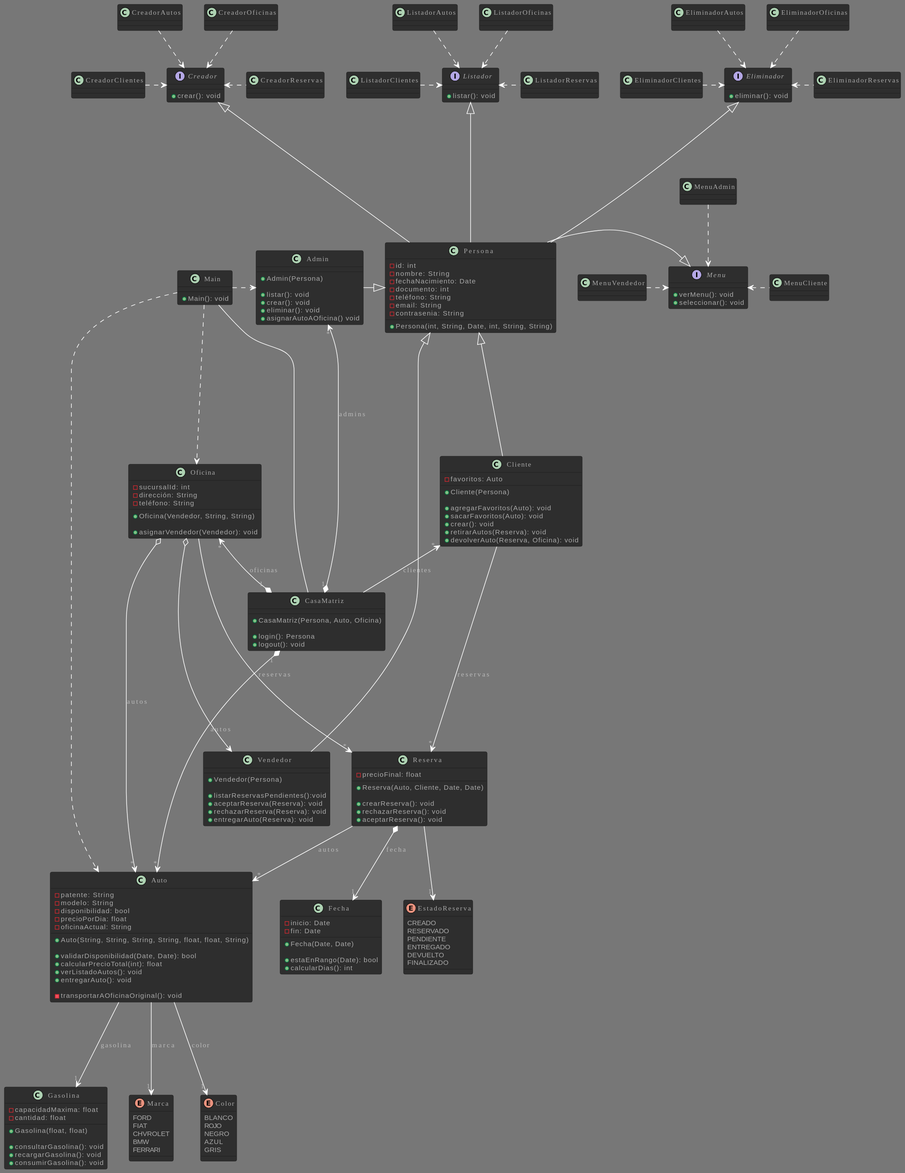
Before: docs/class-diagram.svg, a diagram exported from PlantUML (FrancoSpinelli/primer-parcial-grupo-10-programacion-ii-2024).
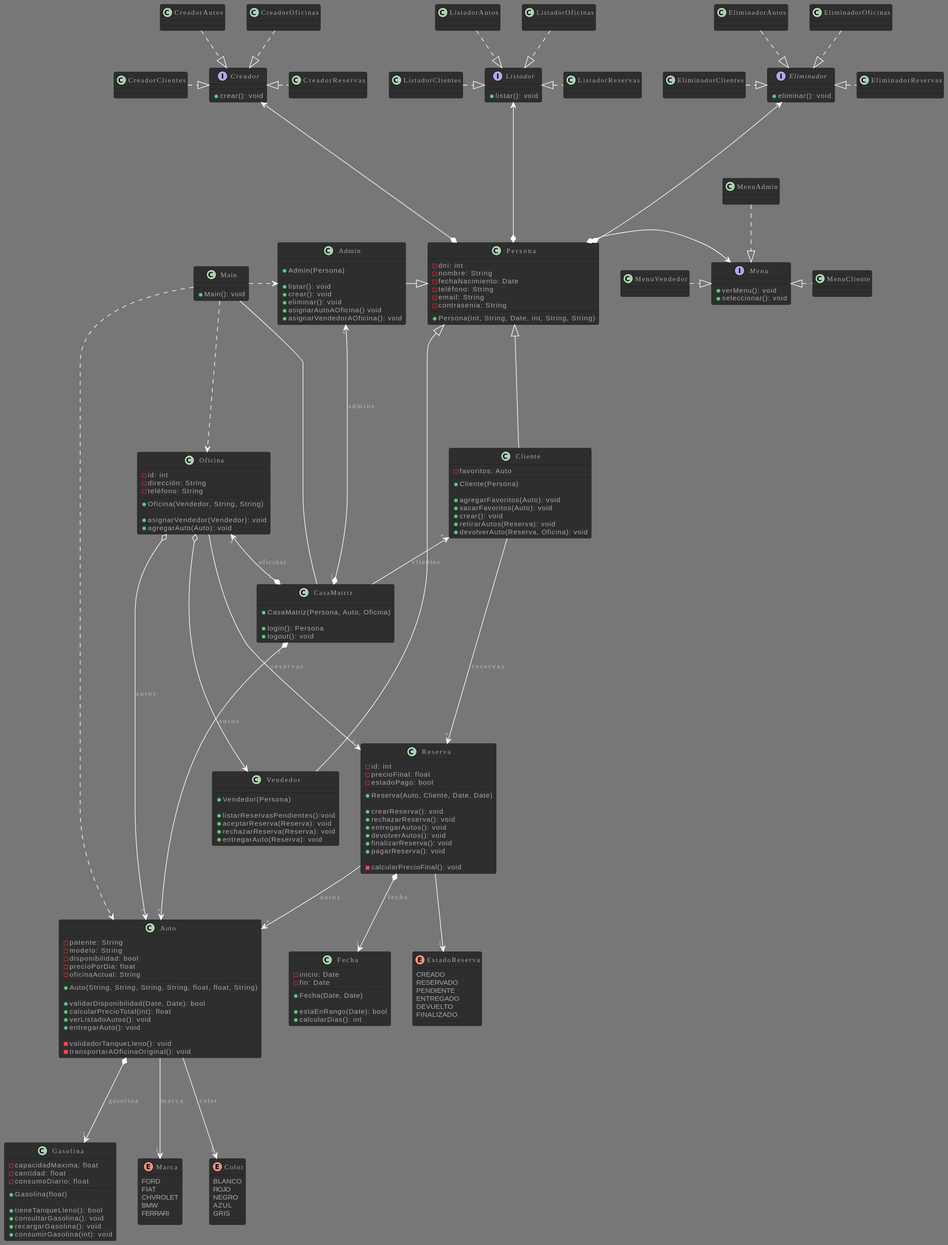
The same file after the commit.

Diff of the diagram source:
```diff
@@ -14,20 +14,20 @@
 
 
 class Oficina {
-  -sucursalId: int
+  -id: int
   -dirección: String
   -teléfono: String
 
   +Oficina(Vendedor, String, String)
 
   +asignarVendedor(Vendedor): void
+  +agregarAuto(Auto): void
 }
 
 class Persona{
-  -id: int
+  -dni: int
   -nombre: String
   -fechaNacimiento: Date
-  -documento: int
   -teléfono: String
   -email: String
   -contrasenia: String
@@ -43,6 +43,7 @@
   +crear(): void
   +eliminar(): void
   +asignarAutoAOficina() void
+  +asignarVendedorAOficina(): void
 }
 
 
@@ -71,13 +72,20 @@
 
 
 class Reserva {
+  -id: int
   -precioFinal: float
+  -estadoPago: bool
 
   +Reserva(Auto, Cliente, Date, Date)
 
   +crearReserva(): void
   +rechazarReserva(): void
-  +aceptarReserva(): void
+  +entregarAutos(): void
+  +devolverAutos(): void
+  +finalizarReserva(): void
+  +pagarReserva(): void
+
+  -calcularPrecioFinal(): void
 }
 
 class Fecha {
@@ -104,18 +112,21 @@
   +verListadoAutos(): void
   +entregarAuto(): void
 
+  -validadorTanqueLleno(): void
   -transportarAOficinaOriginal(): void
 }
 
 class Gasolina {
   -capacidadMaxima: float
   -cantidad: float
+  -consumoDiario: float
 
-  +Gasolina(float, float)
+  +Gasolina(float)
 
+  +tieneTanqueLleno(): bool
   +consultarGasolina(): void
   +recargarGasolina(): void
-  +consumirGasolina(): void
+  +consumirGasolina(int): void
 }
 
 
@@ -178,29 +189,29 @@
 Persona <|---down- Cliente
 Persona <|---down---- Vendedor
 
-Persona -up---|> Listador
-Persona -up---|> Creador
-Persona -up---|> Eliminador
-Persona -right-|> Menu
+Persona *-up---> Listador
+Persona *-up---> Creador
+Persona *-up---> Eliminador
+Persona *-right-> Menu
 
-MenuAdmin  .down.> Menu
-MenuVendedor .right.> Menu
-MenuCliente .left.> Menu
+MenuAdmin  .down.|> Menu
+MenuVendedor .right.|> Menu
+MenuCliente .left.|> Menu
 
-ListadorAutos .down.> Listador
-ListadorClientes .right.> Listador
-ListadorOficinas .down.> Listador
-ListadorReservas .left.> Listador
+ListadorAutos .down.|> Listador
+ListadorClientes .right.|> Listador
+ListadorOficinas .down.|> Listador
+ListadorReservas .left.|> Listador
 
-CreadorAutos .down.> Creador
-CreadorClientes .right.> Creador
-CreadorOficinas .down.> Creador
-CreadorReservas .left.> Creador
+CreadorAutos .down.|> Creador
+CreadorClientes .right.|> Creador
+CreadorOficinas .down.|> Creador
+CreadorReservas .left.|> Creador
 
-EliminadorAutos .down.> Eliminador
-EliminadorClientes .right.> Eliminador
-EliminadorOficinas .down.> Eliminador
-EliminadorReservas .left.> Eliminador
+EliminadorAutos .down.|> Eliminador
+EliminadorClientes .right.|> Eliminador
+EliminadorOficinas .down.|> Eliminador
+EliminadorReservas .left.|> Eliminador
 
 Oficina --->"*" Reserva: reservas
 Oficina o-right--> Vendedor
@@ -212,7 +223,7 @@
 Reserva -->"1" EstadoReserva
 Reserva *-->"1" Fecha: fecha
 
-Auto -down-->"1" Gasolina: gasolina
+Auto *-down-->"1" Gasolina: gasolina
 Auto -down-->"1" Marca: marca
 Auto -down-->"1" Color: color
 @enduml
```
